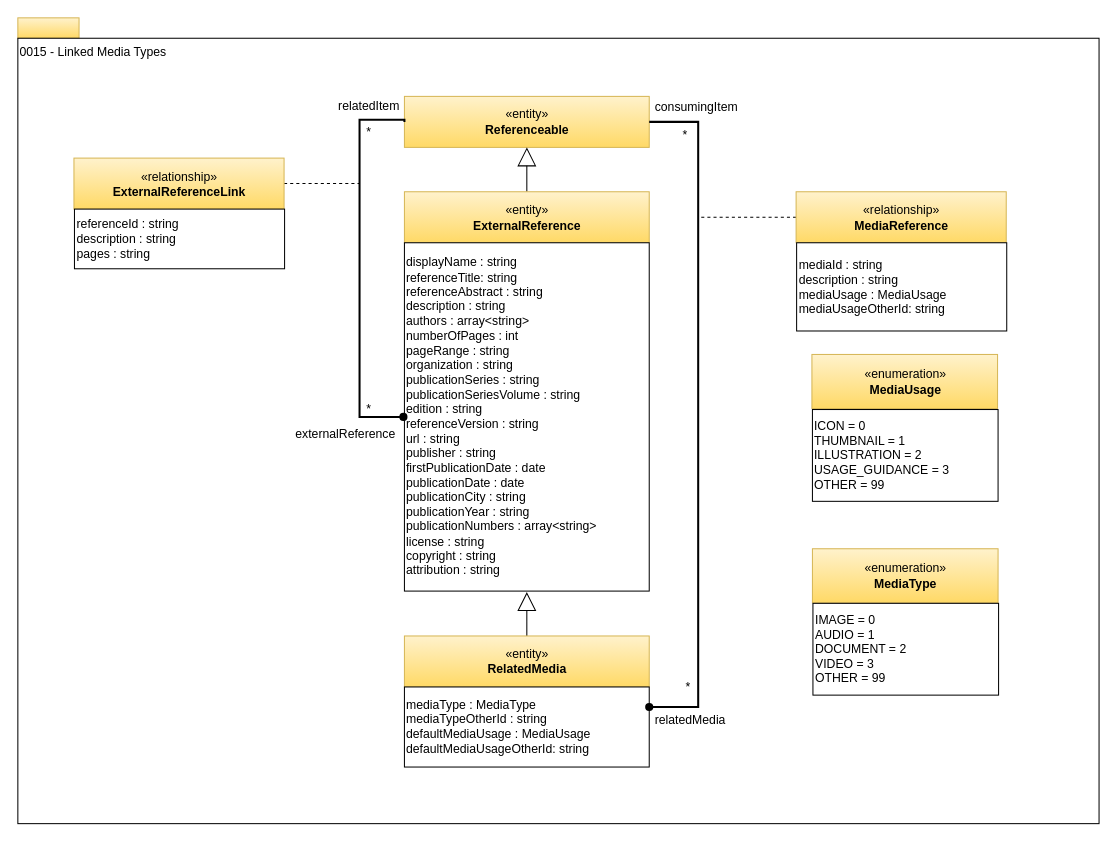
Before: page "0014-External-References" (7 of 31) of site/docs/types/0/area-0-basic-types-and-infrastructure.drawio in odpi/egeria-docs, a draw.io diagram. Source tidied: cells renumbered, new cells numbered last; positions are measured from the earlier drawing's top-left corner, leaving out a move shared by most shapes. Both pictures are drawn from the tidied source at 102%, with x=0, y=0 at pixel (17, 17).
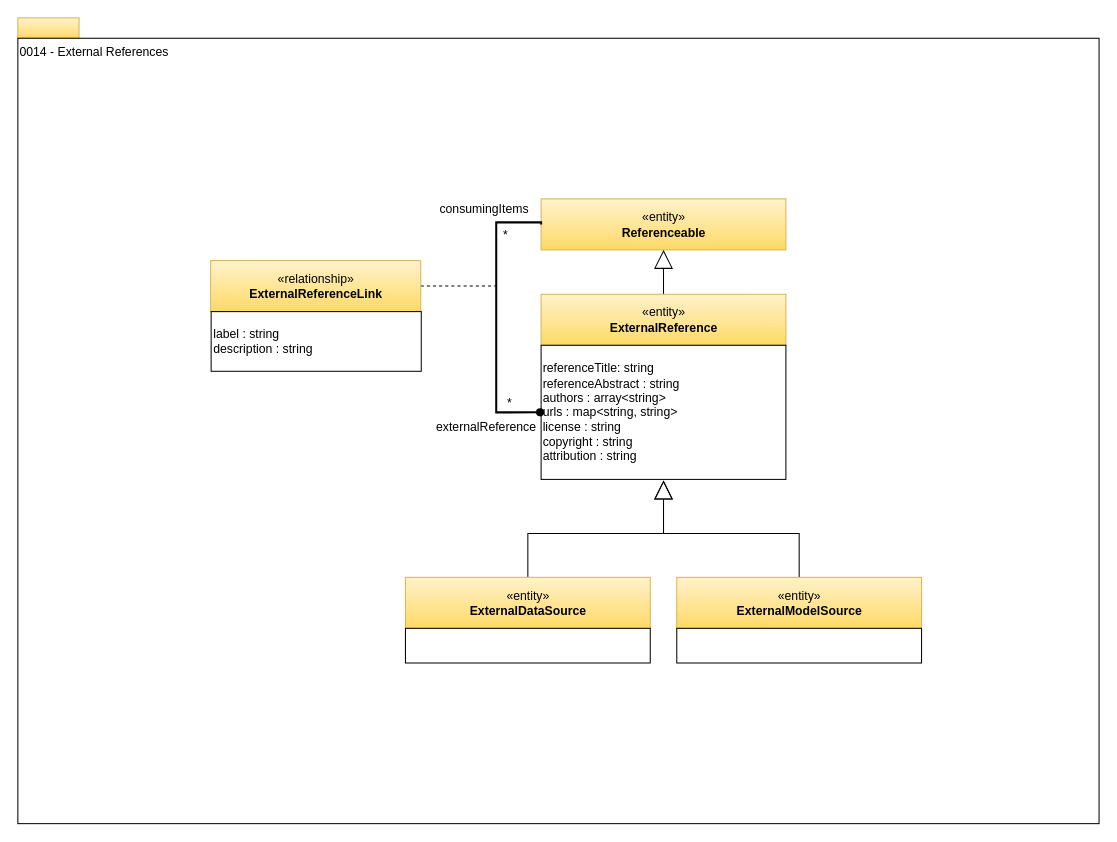
The same page after the edit.

The edit, as a diff of the source:
```diff
@@
-    <mxCell id="3" value="0015 - Linked Media Types" style="rounded=0;whiteSpace=wrap;html=1;align=left;verticalAlign=top;" parent="1" vertex="1">
+    <mxCell id="3" value="0014 - External References" style="rounded=0;whiteSpace=wrap;html=1;align=left;verticalAlign=top;" parent="1" vertex="1">
       <mxGeometry y="20" width="1060" height="770" as="geometry" />
     </mxCell>
     <mxCell id="4" value="«entity»&lt;br&gt;&lt;b&gt;Referenceable&lt;/b&gt;" style="html=1;strokeColor=#d6b656;align=center;fillColor=#fff2cc;gradientColor=#ffd966;" parent="1" vertex="1">
-      <mxGeometry x="379" y="77" width="240" height="50" as="geometry" />
+      <mxGeometry x="513" y="177.5" width="240" height="50" as="geometry" />
     </mxCell>
     <mxCell id="5" style="edgeStyle=orthogonalEdgeStyle;rounded=0;html=1;exitX=1;exitY=0.5;dashed=1;endArrow=none;endFill=0;jettySize=auto;" parent="1" edge="1" source="6">
       <mxGeometry relative="1" as="geometry">
-        <mxPoint x="334.5" y="162.5" as="targetPoint" />
+        <mxPoint x="468.5" y="263" as="targetPoint" />
       </mxGeometry>
     </mxCell>
     <mxCell id="6" value="«relationship»&lt;br&gt;&lt;b&gt;ExternalReferenceLink&lt;/b&gt;" style="html=1;strokeColor=#d6b656;align=center;fillColor=#fff2cc;gradientColor=#ffd966;" parent="1" vertex="1">
-      <mxGeometry x="55" y="137.5" width="206" height="50" as="geometry" />
+      <mxGeometry x="189" y="238" width="206" height="50" as="geometry" />
     </mxCell>
-    <mxCell id="7" value="referenceId : string&lt;br&gt;description : string&lt;br&gt;pages : string" style="rounded=0;whiteSpace=wrap;html=1;strokeColor=#000000;gradientColor=#ffffff;align=left;" parent="1" vertex="1">
-      <mxGeometry x="55.5" y="187.5" width="206" height="58.5" as="geometry" />
+    <mxCell id="7" value="label : string&lt;div&gt;description : string&lt;/div&gt;" style="rounded=0;whiteSpace=wrap;html=1;strokeColor=#000000;gradientColor=#ffffff;align=left;" parent="1" vertex="1">
+      <mxGeometry x="189.5" y="288" width="206" height="58.5" as="geometry" />
     </mxCell>
@@
     <mxCell id="9" value="«entity»&lt;br&gt;&lt;b&gt;ExternalReference&lt;/b&gt;" style="html=1;strokeColor=#d6b656;align=center;fillColor=#fff2cc;gradientColor=#ffd966;" parent="1" vertex="1">
-      <mxGeometry x="379" y="170.5" width="240" height="50" as="geometry" />
+      <mxGeometry x="513" y="271" width="240" height="50" as="geometry" />
     </mxCell>
-    <mxCell id="10" value="displayName : string&lt;br&gt;referenceTitle: string&lt;br&gt;referenceAbstract : string&lt;br&gt;description : string&lt;br&gt;authors : array&amp;lt;string&amp;gt;&lt;br&gt;numberOfPages : int&lt;br&gt;pageRange : string&lt;br&gt;organization : string&lt;br&gt;publicationSeries : string&lt;br&gt;publicationSeriesVolume : string&lt;br&gt;edition : string&lt;br&gt;referenceVersion : string&lt;br&gt;url : string&lt;br&gt;publisher : string&lt;br&gt;firstPublicationDate : date&lt;br&gt;publicationDate : date&lt;br&gt;publicationCity : string&lt;br&gt;publicationYear : string&lt;br&gt;publicationNumbers : array&amp;lt;string&amp;gt;&lt;br&gt;license : string&lt;br&gt;copyright : string&lt;br&gt;attribution : string&lt;br&gt;&lt;div style=&quot;text-align: left&quot;&gt;&lt;/div&gt;" style="rounded=0;whiteSpace=wrap;html=1;strokeColor=#000000;gradientColor=#ffffff;align=left;perimeterSpacing=1;" parent="1" vertex="1">
-      <mxGeometry x="379" y="220.5" width="240" height="341.5" as="geometry" />
+    <mxCell id="10" value="referenceTitle: string&lt;br&gt;referenceAbstract : string&lt;br&gt;authors : array&amp;lt;string&amp;gt;&lt;br&gt;urls : map&amp;lt;string, string&amp;gt;&lt;br&gt;license : string&lt;br&gt;copyright : string&lt;br&gt;attribution : string&lt;div style=&quot;text-align: left&quot;&gt;&lt;/div&gt;" style="rounded=0;whiteSpace=wrap;html=1;strokeColor=#000000;gradientColor=#ffffff;align=left;perimeterSpacing=1;" parent="1" vertex="1">
+      <mxGeometry x="513" y="321" width="240" height="131.5" as="geometry" />
     </mxCell>
@@
-    <mxCell id="12" value="«entity»&lt;br&gt;&lt;b&gt;RelatedMedia&lt;/b&gt;" style="html=1;strokeColor=#d6b656;align=center;fillColor=#fff2cc;gradientColor=#ffd966;" parent="1" vertex="1">
-      <mxGeometry x="379" y="606" width="240" height="50" as="geometry" />
+    <mxCell id="12" value="«entity»&lt;br&gt;&lt;b&gt;ExternalDataSource&lt;/b&gt;" style="html=1;strokeColor=#d6b656;align=center;fillColor=#fff2cc;gradientColor=#ffd966;" parent="1" vertex="1">
+      <mxGeometry x="380" y="548.5" width="240" height="50" as="geometry" />
     </mxCell>
-    <mxCell id="13" value="mediaType : MediaType&lt;br&gt;mediaTypeOtherId : string&lt;br&gt;defaultMediaUsage : MediaUsage&amp;nbsp;&lt;br&gt;defaultMediaUsageOtherId: string" style="rounded=0;whiteSpace=wrap;html=1;strokeColor=#000000;gradientColor=#ffffff;align=left;" parent="1" vertex="1">
-      <mxGeometry x="379" y="656" width="240" height="78.5" as="geometry" />
+    <mxCell id="13" style="rounded=0;whiteSpace=wrap;html=1;strokeColor=#000000;gradientColor=#ffffff;align=left;" parent="1" vertex="1">
+      <mxGeometry x="380" y="598.5" width="240" height="34" as="geometry" />
     </mxCell>
-    <mxCell id="14" style="edgeStyle=orthogonalEdgeStyle;rounded=0;html=1;exitX=0;exitY=0.5;endArrow=none;endFill=0;jettySize=auto;dashed=1;" parent="1" edge="1" source="15">
-      <mxGeometry relative="1" as="geometry">
-        <mxPoint x="667.5" y="195.5" as="targetPoint" />
-      </mxGeometry>
-    </mxCell>
-    <mxCell id="15" value="«relationship»&lt;br&gt;&lt;b&gt;MediaReference&lt;/b&gt;" style="html=1;strokeColor=#d6b656;align=center;fillColor=#fff2cc;gradientColor=#ffd966;" parent="1" vertex="1">
-      <mxGeometry x="763" y="170.5" width="206" height="50" as="geometry" />
-    </mxCell>
-    <mxCell id="16" value="mediaId : string&lt;br&gt;description : string&lt;br&gt;mediaUsage : MediaUsage&amp;nbsp;&lt;br&gt;mediaUsageOtherId: string" style="rounded=0;whiteSpace=wrap;html=1;strokeColor=#000000;gradientColor=#ffffff;align=left;" parent="1" vertex="1">
-      <mxGeometry x="763.5" y="220.5" width="206" height="86.5" as="geometry" />
-    </mxCell>
-    <mxCell id="17" value="«enumeration»&lt;br&gt;&lt;b&gt;MediaType&lt;/b&gt;" style="html=1;strokeColor=#d6b656;align=center;fillColor=#fff2cc;gradientColor=#ffd966;" parent="1" vertex="1">
-      <mxGeometry x="779" y="520.5" width="182" height="53" as="geometry" />
-    </mxCell>
-    <mxCell id="18" value="IMAGE = 0&lt;br&gt;AUDIO = 1&lt;br&gt;DOCUMENT = 2&lt;br&gt;VIDEO = 3&lt;br&gt;OTHER = 99&lt;br&gt;" style="rounded=0;whiteSpace=wrap;html=1;strokeColor=#000000;gradientColor=#ffffff;align=left;" parent="1" vertex="1">
-      <mxGeometry x="779.5" y="574" width="182" height="90" as="geometry" />
-    </mxCell>
-    <mxCell id="19" value="«enumeration»&lt;br&gt;&lt;b&gt;MediaUsage&lt;/b&gt;" style="html=1;strokeColor=#d6b656;align=center;fillColor=#fff2cc;gradientColor=#ffd966;" parent="1" vertex="1">
-      <mxGeometry x="778.5" y="330" width="182" height="53" as="geometry" />
-    </mxCell>
-    <mxCell id="20" value="ICON = 0&lt;br&gt;THUMBNAIL = 1&lt;br&gt;ILLUSTRATION = 2&lt;br&gt;USAGE_GUIDANCE = 3&lt;br&gt;OTHER = 99&lt;br&gt;" style="rounded=0;whiteSpace=wrap;html=1;strokeColor=#000000;gradientColor=#ffffff;align=left;" parent="1" vertex="1">
-      <mxGeometry x="779" y="384" width="182" height="90" as="geometry" />
-    </mxCell>
-    <mxCell id="21" value="relatedItem" style="text;html=1;align=center;verticalAlign=top;spacingTop=-4;" parent="1" vertex="1">
-      <mxGeometry x="309" y="77" width="70" height="14" as="geometry" />
+    <mxCell id="21" value="consumingItems" style="text;html=1;align=center;verticalAlign=top;spacingTop=-4;" parent="1" vertex="1">
+      <mxGeometry x="404" y="177.5" width="105" height="20" as="geometry" />
     </mxCell>
     <mxCell id="22" value="*" style="text;html=1;align=center;verticalAlign=top;spacingTop=-4;" parent="1" vertex="1">
-      <mxGeometry x="336.5" y="102" width="15" height="14" as="geometry" />
+      <mxGeometry x="470.5" y="202.5" width="15" height="14" as="geometry" />
     </mxCell>
-    <mxCell id="23" value="*" style="text;html=1;align=center;verticalAlign=top;spacingTop=-4;" parent="1" vertex="1">
-      <mxGeometry x="646.5" y="105" width="15" height="14" as="geometry" />
-    </mxCell>
     <mxCell id="24" value="*" style="text;html=1;align=center;verticalAlign=top;spacingTop=-4;" parent="1" vertex="1">
-      <mxGeometry x="336.5" y="374" width="15" height="14" as="geometry" />
+      <mxGeometry x="474.5" y="367.8" width="15" height="14" as="geometry" />
     </mxCell>
-    <mxCell id="25" value="*" style="text;html=1;align=center;verticalAlign=top;spacingTop=-4;" parent="1" vertex="1">
-      <mxGeometry x="649.5" y="646" width="15" height="14" as="geometry" />
-    </mxCell>
     <mxCell id="26" value="externalReference" style="text;html=1;align=center;verticalAlign=top;spacingTop=-4;" parent="1" vertex="1">
-      <mxGeometry x="267" y="398" width="108" height="14" as="geometry" />
+      <mxGeometry x="405" y="391.8" width="108" height="14" as="geometry" />
     </mxCell>
-    <mxCell id="27" value="consumingItem" style="text;html=1;align=center;verticalAlign=top;spacingTop=-4;" parent="1" vertex="1">
-      <mxGeometry x="619" y="78" width="91" height="14" as="geometry" />
-    </mxCell>
-    <mxCell id="28" value="relatedMedia" style="text;html=1;align=center;verticalAlign=top;spacingTop=-4;" parent="1" vertex="1">
-      <mxGeometry x="619" y="678.5" width="79" height="14" as="geometry" />
-    </mxCell>
     <mxCell id="29" style="edgeStyle=orthogonalEdgeStyle;rounded=0;html=1;exitX=0;exitY=0.5;entryX=0;entryY=0.5;endArrow=none;endFill=0;jettySize=auto;startArrow=oval;startFill=1;strokeWidth=2;exitDx=0;exitDy=0;" parent="1" edge="1" source="10" target="4">
       <mxGeometry relative="1" as="geometry">
         <Array as="points">
-          <mxPoint x="335" y="391" />
-          <mxPoint x="335" y="100" />
-          <mxPoint x="379" y="100" />
+          <mxPoint x="469" y="386.5" />
+          <mxPoint x="469" y="200.5" />
+          <mxPoint x="513" y="200.5" />
         </Array>
       </mxGeometry>
     </mxCell>
-    <mxCell id="30" style="edgeStyle=orthogonalEdgeStyle;rounded=0;html=1;exitX=1;exitY=0.25;entryX=1;entryY=0.5;endArrow=none;endFill=0;jettySize=auto;startArrow=oval;startFill=1;strokeWidth=2;" parent="1" edge="1" source="13" target="4">
-      <mxGeometry relative="1" as="geometry">
-        <Array as="points">
-          <mxPoint x="667" y="676" />
-          <mxPoint x="667" y="102" />
-        </Array>
-      </mxGeometry>
-    </mxCell>
+    <mxCell id="31" style="edgeStyle=orthogonalEdgeStyle;rounded=0;jettySize=auto;html=1;exitX=0.5;exitY=0;exitDx=0;exitDy=0;endArrow=block;endFill=0;endSize=16;entryX=0.5;entryY=1;entryDx=0;entryDy=0;" parent="1" edge="1" source="32" target="10">
+      <mxGeometry relative="1" as="geometry" />
+    </mxCell>
+    <mxCell id="32" value="«entity»&lt;br&gt;&lt;b&gt;ExternalModelSource&lt;/b&gt;" style="html=1;strokeColor=#d6b656;align=center;fillColor=#fff2cc;gradientColor=#ffd966;" parent="1" vertex="1">
+      <mxGeometry x="646" y="548.5" width="240" height="50" as="geometry" />
+    </mxCell>
+    <mxCell id="33" style="rounded=0;whiteSpace=wrap;html=1;strokeColor=#000000;gradientColor=#ffffff;align=left;" parent="1" vertex="1">
+      <mxGeometry x="646" y="598.5" width="240" height="34" as="geometry" />
+    </mxCell>
```
